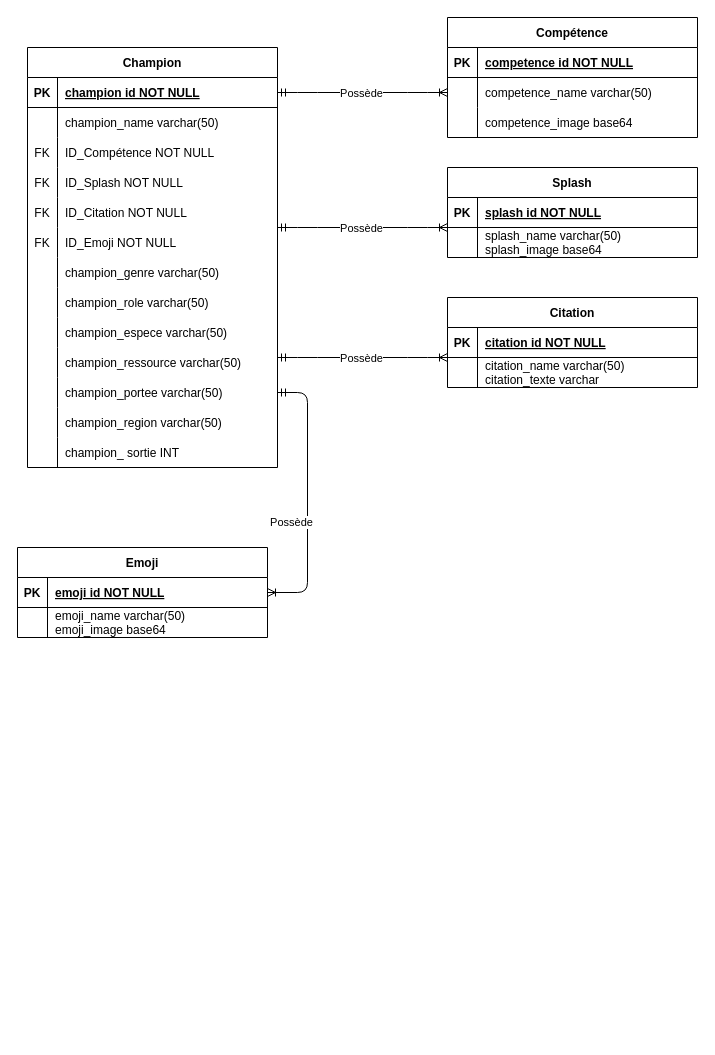
This is Diagramme sans nom.drawio from CamilleSimon/BTS2-CIEL-IR-MCD-2024-2025, a draw.io file, before an edit. Source tidied: cells renumbered, new cells numbered last; positions are measured from the earlier drawing's top-left corner, leaving out a move shared by most shapes. Both pictures are drawn from the tidied source at 100%, with x=0, y=0 at pixel (17, 17).
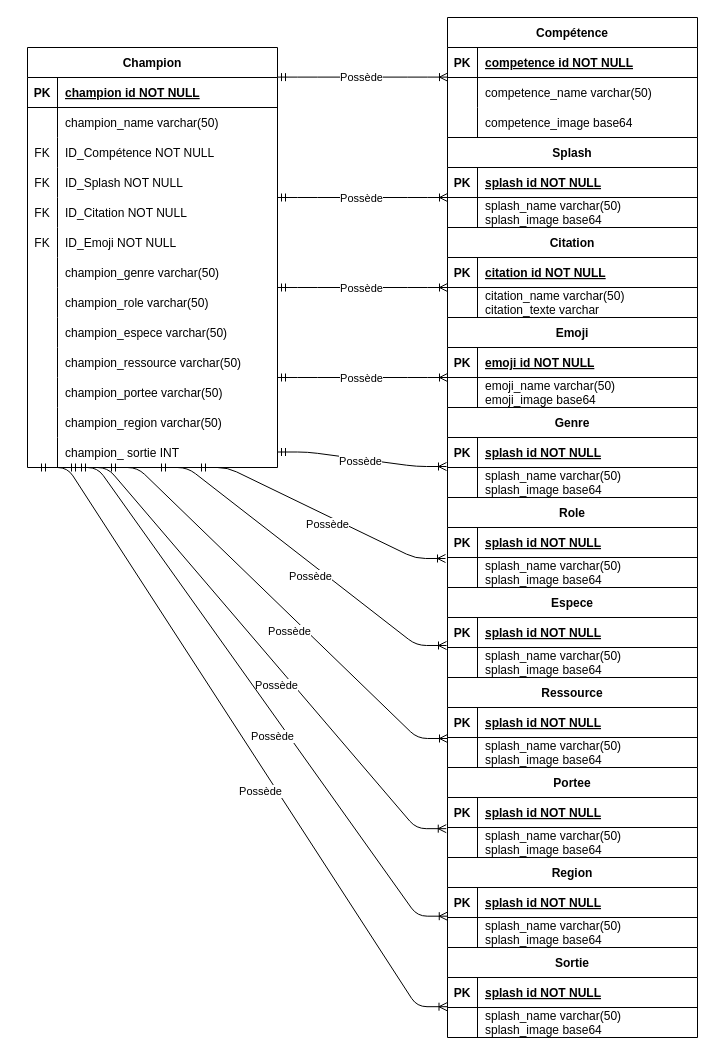
The same diagram, later.

Commit message (it also covers changes not shown here):
Mettre à jour Diagramme sans nom.drawio

Unchanged cells that the change refers to:
```xml
<mxCell id="8" style="shape=partialRectangle;fillColor=none;points=[[0,0.5],[1,0.5]];portConstraint=eastwest;top=0;left=0;right=0;bottom=0;" parent="4" vertex="1">
  <mxGeometry y="60" width="250" height="30" as="geometry" />
</mxCell>
<mxCell id="15" style="shape=partialRectangle;fillColor=none;points=[[0,0.5],[1,0.5]];portConstraint=eastwest;top=0;left=0;right=0;bottom=1;" parent="14" vertex="1">
  <mxGeometry y="30" width="250" height="30" as="geometry" />
</mxCell>
<mxCell id="45" style="shape=partialRectangle;fillColor=none;points=[[0,0.5],[1,0.5]];portConstraint=eastwest;top=0;left=0;right=0;bottom=0;" parent="14" vertex="1">
  <mxGeometry y="330" width="250" height="30" as="geometry" />
</mxCell>
<mxCell id="51" style="shape=partialRectangle;fillColor=none;points=[[0,0.5],[1,0.5]];portConstraint=eastwest;top=0;left=0;right=0;bottom=0;" parent="14" vertex="1">
  <mxGeometry y="390" width="250" height="30" as="geometry" />
</mxCell>
<mxCell id="62" style="shape=partialRectangle;fillColor=none;points=[[0,0.5],[1,0.5]];portConstraint=eastwest;top=0;left=0;right=0;bottom=1;" parent="61" vertex="1">
  <mxGeometry y="30" width="250" height="30" as="geometry" />
</mxCell>
<mxCell id="65" style="shape=partialRectangle;fillColor=none;points=[[0,0.5],[1,0.5]];portConstraint=eastwest;top=0;left=0;right=0;bottom=0;" parent="61" vertex="1">
  <mxGeometry y="60" width="250" height="30" as="geometry" />
</mxCell>
<mxCell id="69" style="shape=partialRectangle;fillColor=none;points=[[0,0.5],[1,0.5]];portConstraint=eastwest;top=0;left=0;right=0;bottom=1;" parent="68" vertex="1">
  <mxGeometry y="30" width="250" height="30" as="geometry" />
</mxCell>
```

The edit, as a diff of the source:
```diff
@@
-    <mxCell id="2" style="edgeStyle=entityRelationEdgeStyle;endArrow=ERoneToMany;startArrow=ERmandOne;endFill=0;startFill=0;" parent="1" edge="1" source="15" target="8">
-      <mxGeometry relative="1" as="geometry" />
+    <mxCell id="2" style="edgeStyle=entityRelationEdgeStyle;endArrow=ERoneToMany;startArrow=ERmandOne;endFill=0;startFill=0;" parent="1" edge="1">
+      <mxGeometry relative="1" as="geometry">
+        <mxPoint x="260" y="59.6" as="sourcePoint" />
+        <mxPoint x="430" y="59.6" as="targetPoint" />
+      </mxGeometry>
     </mxCell>
@@
     <mxCell id="54" value="Citation" style="shape=table;startSize=30;childLayout=tableLayout;rowLines=0;fontStyle=1;align=center;" parent="1" vertex="1">
-      <mxGeometry x="430" y="280" width="250" height="90" as="geometry" />
+      <mxGeometry x="430" y="210" width="250" height="90" as="geometry" />
     </mxCell>
@@
     <mxCell id="61" value="Emoji" style="shape=table;startSize=30;childLayout=tableLayout;rowLines=0;fontStyle=1;align=center;" parent="1" vertex="1">
-      <mxGeometry y="530" width="250" height="90" as="geometry" />
+      <mxGeometry x="430" y="300" width="250" height="90" as="geometry" />
     </mxCell>
@@
-    <mxCell id="68" value="Splash" style="shape=table;startSize=30;childLayout=tableLayout;rowLines=0;fontStyle=1;align=center;" parent="1" vertex="1">
-      <mxGeometry x="430" y="150" width="250" height="90" as="geometry" />
+    <mxCell id="68" value="Genre" style="shape=table;startSize=30;childLayout=tableLayout;rowLines=0;fontStyle=1;align=center;" parent="1" vertex="1">
+      <mxGeometry x="430" y="390" width="250" height="90" as="geometry" />
     </mxCell>
@@
     <mxCell id="75" style="edgeStyle=entityRelationEdgeStyle;endArrow=ERoneToMany;startArrow=ERmandOne;endFill=0;startFill=0;" parent="1" edge="1">
       <mxGeometry relative="1" as="geometry">
-        <mxPoint x="260" y="210" as="sourcePoint" />
-        <mxPoint x="430" y="210" as="targetPoint" />
+        <mxPoint x="260" y="180" as="sourcePoint" />
+        <mxPoint x="430" y="180" as="targetPoint" />
       </mxGeometry>
     </mxCell>
@@
     <mxCell id="77" style="edgeStyle=entityRelationEdgeStyle;endArrow=ERoneToMany;startArrow=ERmandOne;endFill=0;startFill=0;" parent="1" edge="1">
       <mxGeometry relative="1" as="geometry">
-        <mxPoint x="260" y="340" as="sourcePoint" />
-        <mxPoint x="430" y="340" as="targetPoint" />
+        <mxPoint x="260" y="270" as="sourcePoint" />
+        <mxPoint x="430" y="270" as="targetPoint" />
       </mxGeometry>
     </mxCell>
@@
-    <mxCell id="79" style="edgeStyle=entityRelationEdgeStyle;endArrow=ERoneToMany;startArrow=ERmandOne;endFill=0;startFill=0;entryX=1;entryY=0.5;entryDx=0;entryDy=0;" parent="1" edge="1" source="45" target="62">
-      <mxGeometry relative="1" as="geometry" />
+    <mxCell id="79" style="edgeStyle=entityRelationEdgeStyle;endArrow=ERoneToMany;startArrow=ERmandOne;endFill=0;startFill=0;entryX=0;entryY=0;entryDx=0;entryDy=0;entryPerimeter=0;" parent="1" edge="1" target="65">
+      <mxGeometry relative="1" as="geometry">
+        <mxPoint x="260" y="360" as="sourcePoint" />
+      </mxGeometry>
     </mxCell>
@@
+    <mxCell id="81" value="Splash" style="shape=table;startSize=30;childLayout=tableLayout;rowLines=0;fontStyle=1;align=center;" parent="1" vertex="1">
+      <mxGeometry x="430" y="120" width="250" height="90" as="geometry" />
+    </mxCell>
+    <mxCell id="82" style="shape=partialRectangle;fillColor=none;top=0;left=0;right=0;bottom=1;" parent="81" vertex="1">
+      <mxGeometry y="30" width="250" height="30" as="geometry" />
+    </mxCell>
+    <mxCell id="83" value="PK" style="shape=partialRectangle;overflow=hidden;fillColor=none;top=0;left=0;bottom=0;right=0;fontStyle=1;" parent="82" vertex="1">
+      <mxGeometry width="30" height="30" as="geometry" />
+    </mxCell>
+    <mxCell id="84" value="splash id NOT NULL" style="shape=partialRectangle;overflow=hidden;fillColor=none;top=0;left=0;bottom=0;right=0;align=left;spacingLeft=6;fontStyle=5;" parent="82" vertex="1">
+      <mxGeometry x="30" width="220" height="30" as="geometry" />
+    </mxCell>
+    <mxCell id="85" style="shape=partialRectangle;fillColor=none;top=0;left=0;right=0;bottom=0;" parent="81" vertex="1">
+      <mxGeometry y="60" width="250" height="30" as="geometry" />
+    </mxCell>
+    <mxCell id="86" style="shape=partialRectangle;overflow=hidden;fillColor=none;top=0;left=0;bottom=0;right=0;" parent="85" vertex="1">
+      <mxGeometry width="30" height="30" as="geometry" />
+    </mxCell>
+    <mxCell id="87" value="splash_name varchar(50)&#10;splash_image base64" style="shape=partialRectangle;overflow=hidden;fillColor=none;top=0;left=0;bottom=0;right=0;align=left;spacingLeft=6;" parent="85" vertex="1">
+      <mxGeometry x="30" width="220" height="30" as="geometry" />
+    </mxCell>
+    <mxCell id="88" value="Role" style="shape=table;startSize=30;childLayout=tableLayout;rowLines=0;fontStyle=1;align=center;" parent="1" vertex="1">
+      <mxGeometry x="430" y="480" width="250" height="90" as="geometry" />
+    </mxCell>
+    <mxCell id="89" style="shape=partialRectangle;fillColor=none;top=0;left=0;right=0;bottom=1;" parent="88" vertex="1">
+      <mxGeometry y="30" width="250" height="30" as="geometry" />
+    </mxCell>
+    <mxCell id="90" value="PK" style="shape=partialRectangle;overflow=hidden;fillColor=none;top=0;left=0;bottom=0;right=0;fontStyle=1;" parent="89" vertex="1">
+      <mxGeometry width="30" height="30" as="geometry" />
+    </mxCell>
+    <mxCell id="91" value="splash id NOT NULL" style="shape=partialRectangle;overflow=hidden;fillColor=none;top=0;left=0;bottom=0;right=0;align=left;spacingLeft=6;fontStyle=5;" parent="89" vertex="1">
+      <mxGeometry x="30" width="220" height="30" as="geometry" />
+    </mxCell>
+    <mxCell id="92" style="shape=partialRectangle;fillColor=none;points=[[0,0.5],[1,0.5]];portConstraint=eastwest;top=0;left=0;right=0;bottom=0;" parent="88" vertex="1">
+      <mxGeometry y="60" width="250" height="30" as="geometry" />
+    </mxCell>
+    <mxCell id="93" style="shape=partialRectangle;overflow=hidden;fillColor=none;top=0;left=0;bottom=0;right=0;" parent="92" vertex="1">
+      <mxGeometry width="30" height="30" as="geometry" />
+    </mxCell>
+    <mxCell id="94" value="splash_name varchar(50)&#10;splash_image base64" style="shape=partialRectangle;overflow=hidden;fillColor=none;top=0;left=0;bottom=0;right=0;align=left;spacingLeft=6;" parent="92" vertex="1">
+      <mxGeometry x="30" width="220" height="30" as="geometry" />
+    </mxCell>
+    <mxCell id="95" value="Ressource" style="shape=table;startSize=30;childLayout=tableLayout;rowLines=0;fontStyle=1;align=center;" parent="1" vertex="1">
+      <mxGeometry x="430" y="660" width="250" height="90" as="geometry" />
+    </mxCell>
+    <mxCell id="96" style="shape=partialRectangle;fillColor=none;top=0;left=0;right=0;bottom=1;" parent="95" vertex="1">
+      <mxGeometry y="30" width="250" height="30" as="geometry" />
+    </mxCell>
+    <mxCell id="97" value="PK" style="shape=partialRectangle;overflow=hidden;fillColor=none;top=0;left=0;bottom=0;right=0;fontStyle=1;" parent="96" vertex="1">
+      <mxGeometry width="30" height="30" as="geometry" />
+    </mxCell>
+    <mxCell id="98" value="splash id NOT NULL" style="shape=partialRectangle;overflow=hidden;fillColor=none;top=0;left=0;bottom=0;right=0;align=left;spacingLeft=6;fontStyle=5;" parent="96" vertex="1">
+      <mxGeometry x="30" width="220" height="30" as="geometry" />
+    </mxCell>
+    <mxCell id="99" style="shape=partialRectangle;fillColor=none;points=[[0,0.5],[1,0.5]];portConstraint=eastwest;top=0;left=0;right=0;bottom=0;" parent="95" vertex="1">
+      <mxGeometry y="60" width="250" height="30" as="geometry" />
+    </mxCell>
+    <mxCell id="100" style="shape=partialRectangle;overflow=hidden;fillColor=none;top=0;left=0;bottom=0;right=0;" parent="99" vertex="1">
+      <mxGeometry width="30" height="30" as="geometry" />
+    </mxCell>
+    <mxCell id="101" value="splash_name varchar(50)&#10;splash_image base64" style="shape=partialRectangle;overflow=hidden;fillColor=none;top=0;left=0;bottom=0;right=0;align=left;spacingLeft=6;" parent="99" vertex="1">
+      <mxGeometry x="30" width="220" height="30" as="geometry" />
+    </mxCell>
+    <mxCell id="102" value="Espece" style="shape=table;startSize=30;childLayout=tableLayout;rowLines=0;fontStyle=1;align=center;" parent="1" vertex="1">
+      <mxGeometry x="430" y="570" width="250" height="90" as="geometry" />
+    </mxCell>
+    <mxCell id="103" style="shape=partialRectangle;fillColor=none;top=0;left=0;right=0;bottom=1;" parent="102" vertex="1">
+      <mxGeometry y="30" width="250" height="30" as="geometry" />
+    </mxCell>
+    <mxCell id="104" value="PK" style="shape=partialRectangle;overflow=hidden;fillColor=none;top=0;left=0;bottom=0;right=0;fontStyle=1;" parent="103" vertex="1">
+      <mxGeometry width="30" height="30" as="geometry" />
+    </mxCell>
+    <mxCell id="105" value="splash id NOT NULL" style="shape=partialRectangle;overflow=hidden;fillColor=none;top=0;left=0;bottom=0;right=0;align=left;spacingLeft=6;fontStyle=5;" parent="103" vertex="1">
+      <mxGeometry x="30" width="220" height="30" as="geometry" />
+    </mxCell>
+    <mxCell id="106" style="shape=partialRectangle;fillColor=none;points=[[0,0.5],[1,0.5]];portConstraint=eastwest;top=0;left=0;right=0;bottom=0;" parent="102" vertex="1">
+      <mxGeometry y="60" width="250" height="30" as="geometry" />
+    </mxCell>
+    <mxCell id="107" style="shape=partialRectangle;overflow=hidden;fillColor=none;top=0;left=0;bottom=0;right=0;" parent="106" vertex="1">
+      <mxGeometry width="30" height="30" as="geometry" />
+    </mxCell>
+    <mxCell id="108" value="splash_name varchar(50)&#10;splash_image base64" style="shape=partialRectangle;overflow=hidden;fillColor=none;top=0;left=0;bottom=0;right=0;align=left;spacingLeft=6;" parent="106" vertex="1">
+      <mxGeometry x="30" width="220" height="30" as="geometry" />
+    </mxCell>
+    <mxCell id="109" value="Portee" style="shape=table;startSize=30;childLayout=tableLayout;rowLines=0;fontStyle=1;align=center;" parent="1" vertex="1">
+      <mxGeometry x="430" y="750" width="250" height="90" as="geometry" />
+    </mxCell>
+    <mxCell id="110" style="shape=partialRectangle;fillColor=none;points=[[0,0.5],[1,0.5]];portConstraint=eastwest;top=0;left=0;right=0;bottom=1;" parent="109" vertex="1">
+      <mxGeometry y="30" width="250" height="30" as="geometry" />
+    </mxCell>
+    <mxCell id="111" value="PK" style="shape=partialRectangle;overflow=hidden;fillColor=none;top=0;left=0;bottom=0;right=0;fontStyle=1;" parent="110" vertex="1">
+      <mxGeometry width="30" height="30" as="geometry" />
+    </mxCell>
+    <mxCell id="112" value="splash id NOT NULL" style="shape=partialRectangle;overflow=hidden;fillColor=none;top=0;left=0;bottom=0;right=0;align=left;spacingLeft=6;fontStyle=5;" parent="110" vertex="1">
+      <mxGeometry x="30" width="220" height="30" as="geometry" />
+    </mxCell>
+    <mxCell id="113" style="shape=partialRectangle;fillColor=none;top=0;left=0;right=0;bottom=0;" parent="109" vertex="1">
+      <mxGeometry y="60" width="250" height="30" as="geometry" />
+    </mxCell>
+    <mxCell id="114" style="shape=partialRectangle;overflow=hidden;fillColor=none;top=0;left=0;bottom=0;right=0;" parent="113" vertex="1">
+      <mxGeometry width="30" height="30" as="geometry" />
+    </mxCell>
+    <mxCell id="115" value="splash_name varchar(50)&#10;splash_image base64" style="shape=partialRectangle;overflow=hidden;fillColor=none;top=0;left=0;bottom=0;right=0;align=left;spacingLeft=6;" parent="113" vertex="1">
+      <mxGeometry x="30" width="220" height="30" as="geometry" />
+    </mxCell>
+    <mxCell id="116" value="Region" style="shape=table;startSize=30;childLayout=tableLayout;rowLines=0;fontStyle=1;align=center;" parent="1" vertex="1">
+      <mxGeometry x="430" y="840" width="250" height="90" as="geometry" />
+    </mxCell>
+    <mxCell id="117" style="shape=partialRectangle;fillColor=none;top=0;left=0;right=0;bottom=1;" parent="116" vertex="1">
+      <mxGeometry y="30" width="250" height="30" as="geometry" />
+    </mxCell>
+    <mxCell id="118" value="PK" style="shape=partialRectangle;overflow=hidden;fillColor=none;top=0;left=0;bottom=0;right=0;fontStyle=1;" parent="117" vertex="1">
+      <mxGeometry width="30" height="30" as="geometry" />
+    </mxCell>
+    <mxCell id="119" value="splash id NOT NULL" style="shape=partialRectangle;overflow=hidden;fillColor=none;top=0;left=0;bottom=0;right=0;align=left;spacingLeft=6;fontStyle=5;" parent="117" vertex="1">
+      <mxGeometry x="30" width="220" height="30" as="geometry" />
+    </mxCell>
+    <mxCell id="120" style="shape=partialRectangle;fillColor=none;points=[[0,0.5],[1,0.5]];portConstraint=eastwest;top=0;left=0;right=0;bottom=0;" parent="116" vertex="1">
+      <mxGeometry y="60" width="250" height="30" as="geometry" />
+    </mxCell>
+    <mxCell id="121" style="shape=partialRectangle;overflow=hidden;fillColor=none;top=0;left=0;bottom=0;right=0;" parent="120" vertex="1">
+      <mxGeometry width="30" height="30" as="geometry" />
+    </mxCell>
+    <mxCell id="122" value="splash_name varchar(50)&#10;splash_image base64" style="shape=partialRectangle;overflow=hidden;fillColor=none;top=0;left=0;bottom=0;right=0;align=left;spacingLeft=6;" parent="120" vertex="1">
+      <mxGeometry x="30" width="220" height="30" as="geometry" />
+    </mxCell>
+    <mxCell id="123" value="Sortie" style="shape=table;startSize=30;childLayout=tableLayout;rowLines=0;fontStyle=1;align=center;" parent="1" vertex="1">
+      <mxGeometry x="430" y="930" width="250" height="90" as="geometry" />
+    </mxCell>
+    <mxCell id="124" style="shape=partialRectangle;fillColor=none;top=0;left=0;right=0;bottom=1;" parent="123" vertex="1">
+      <mxGeometry y="30" width="250" height="30" as="geometry" />
+    </mxCell>
+    <mxCell id="125" value="PK" style="shape=partialRectangle;overflow=hidden;fillColor=none;top=0;left=0;bottom=0;right=0;fontStyle=1;" parent="124" vertex="1">
+      <mxGeometry width="30" height="30" as="geometry" />
+    </mxCell>
+    <mxCell id="126" value="splash id NOT NULL" style="shape=partialRectangle;overflow=hidden;fillColor=none;top=0;left=0;bottom=0;right=0;align=left;spacingLeft=6;fontStyle=5;" parent="124" vertex="1">
+      <mxGeometry x="30" width="220" height="30" as="geometry" />
+    </mxCell>
+    <mxCell id="127" style="shape=partialRectangle;fillColor=none;points=[[0,0.5],[1,0.5]];portConstraint=eastwest;top=0;left=0;right=0;bottom=0;" parent="123" vertex="1">
+      <mxGeometry y="60" width="250" height="30" as="geometry" />
+    </mxCell>
+    <mxCell id="128" style="shape=partialRectangle;overflow=hidden;fillColor=none;top=0;left=0;bottom=0;right=0;" parent="127" vertex="1">
+      <mxGeometry width="30" height="30" as="geometry" />
+    </mxCell>
+    <mxCell id="129" value="splash_name varchar(50)&#10;splash_image base64" style="shape=partialRectangle;overflow=hidden;fillColor=none;top=0;left=0;bottom=0;right=0;align=left;spacingLeft=6;" parent="127" vertex="1">
+      <mxGeometry x="30" width="220" height="30" as="geometry" />
+    </mxCell>
+    <mxCell id="130" style="edgeStyle=entityRelationEdgeStyle;endArrow=ERoneToMany;startArrow=ERmandOne;endFill=0;startFill=0;entryX=-0.004;entryY=0.967;entryDx=0;entryDy=0;entryPerimeter=0;" parent="1" edge="1" target="69">
+      <mxGeometry relative="1" as="geometry">
+        <mxPoint x="260" y="434.5" as="sourcePoint" />
+        <Array as="points">
+          <mxPoint x="350" y="449" />
+        </Array>
+      </mxGeometry>
+    </mxCell>
+    <mxCell id="131" value="Possède" style="edgeLabel;html=1;align=center;verticalAlign=middle;" parent="130" vertex="1">
+      <mxGeometry x="0.18" relative="1" as="geometry">
+        <mxPoint x="-17" as="offset" />
+      </mxGeometry>
+    </mxCell>
+    <mxCell id="132" style="edgeStyle=entityRelationEdgeStyle;endArrow=ERoneToMany;startArrow=ERmandOne;endFill=0;startFill=0;entryX=-0.008;entryY=0.033;entryDx=0;entryDy=0;entryPerimeter=0;" parent="1" edge="1" target="92">
+      <mxGeometry relative="1" as="geometry">
+        <mxPoint x="180" y="450" as="sourcePoint" />
+      </mxGeometry>
+    </mxCell>
+    <mxCell id="133" value="Possède" style="edgeLabel;html=1;align=center;verticalAlign=middle;" parent="132" vertex="1">
+      <mxGeometry x="0.18" relative="1" as="geometry">
+        <mxPoint x="-17" as="offset" />
+      </mxGeometry>
+    </mxCell>
+    <mxCell id="134" style="edgeStyle=entityRelationEdgeStyle;endArrow=ERoneToMany;startArrow=ERmandOne;endFill=0;startFill=0;entryX=-0.004;entryY=-0.067;entryDx=0;entryDy=0;entryPerimeter=0;" parent="1" edge="1" target="106">
+      <mxGeometry relative="1" as="geometry">
+        <mxPoint x="140" y="450" as="sourcePoint" />
+        <Array as="points">
+          <mxPoint x="130" y="520" />
+          <mxPoint x="140" y="500" />
+          <mxPoint x="130" y="470" />
+        </Array>
+      </mxGeometry>
+    </mxCell>
+    <mxCell id="135" value="Possède" style="edgeLabel;html=1;align=center;verticalAlign=middle;" parent="134" vertex="1">
+      <mxGeometry x="0.18" relative="1" as="geometry">
+        <mxPoint x="-17" as="offset" />
+      </mxGeometry>
+    </mxCell>
+    <mxCell id="136" style="edgeStyle=entityRelationEdgeStyle;endArrow=ERoneToMany;startArrow=ERmandOne;endFill=0;startFill=0;entryX=0;entryY=0.033;entryDx=0;entryDy=0;entryPerimeter=0;" parent="1" edge="1" target="99">
+      <mxGeometry relative="1" as="geometry">
+        <mxPoint x="90" y="450" as="sourcePoint" />
+      </mxGeometry>
+    </mxCell>
+    <mxCell id="137" value="Possède" style="edgeLabel;html=1;align=center;verticalAlign=middle;" parent="136" vertex="1">
+      <mxGeometry x="0.18" relative="1" as="geometry">
+        <mxPoint x="-17" as="offset" />
+      </mxGeometry>
+    </mxCell>
+    <mxCell id="138" style="edgeStyle=entityRelationEdgeStyle;endArrow=ERoneToMany;startArrow=ERmandOne;endFill=0;startFill=0;entryX=-0.005;entryY=1.039;entryDx=0;entryDy=0;entryPerimeter=0;" parent="1" edge="1" target="110">
+      <mxGeometry relative="1" as="geometry">
+        <mxPoint x="60" y="450" as="sourcePoint" />
+      </mxGeometry>
+    </mxCell>
+    <mxCell id="139" value="Possède" style="edgeLabel;html=1;align=center;verticalAlign=middle;" parent="138" vertex="1">
+      <mxGeometry x="0.18" relative="1" as="geometry">
+        <mxPoint x="-17" as="offset" />
+      </mxGeometry>
+    </mxCell>
+    <mxCell id="140" style="edgeStyle=entityRelationEdgeStyle;endArrow=ERoneToMany;startArrow=ERmandOne;endFill=0;startFill=0;entryX=-0.001;entryY=-0.044;entryDx=0;entryDy=0;entryPerimeter=0;exitX=0.16;exitY=1;exitDx=0;exitDy=0;exitPerimeter=0;" parent="1" edge="1" source="51" target="120">
+      <mxGeometry relative="1" as="geometry" />
+    </mxCell>
+    <mxCell id="141" value="Possède" style="edgeLabel;html=1;align=center;verticalAlign=middle;" parent="140" vertex="1">
+      <mxGeometry x="0.18" relative="1" as="geometry">
+        <mxPoint x="-17" as="offset" />
+      </mxGeometry>
+    </mxCell>
+    <mxCell id="142" style="edgeStyle=entityRelationEdgeStyle;endArrow=ERoneToMany;startArrow=ERmandOne;endFill=0;startFill=0;entryX=-0.002;entryY=-0.027;entryDx=0;entryDy=0;entryPerimeter=0;exitX=0.16;exitY=1;exitDx=0;exitDy=0;exitPerimeter=0;" parent="1" edge="1" target="127">
+      <mxGeometry relative="1" as="geometry">
+        <mxPoint x="20" y="450" as="sourcePoint" />
+      </mxGeometry>
+    </mxCell>
+    <mxCell id="143" value="Possède" style="edgeLabel;html=1;align=center;verticalAlign=middle;" parent="142" vertex="1">
+      <mxGeometry x="0.18" relative="1" as="geometry">
+        <mxPoint x="-17" as="offset" />
+      </mxGeometry>
+    </mxCell>
```
